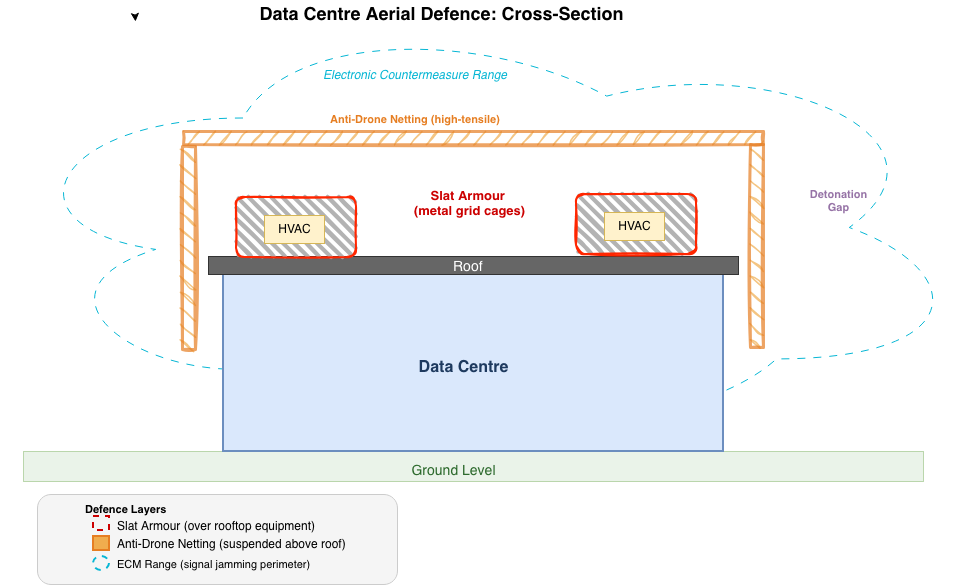
Above: assets/images/20260513/datacenter.png in r2rajan/r2rajan.github.io (draw.io), before the change. Source tidied: cells renumbered, new cells last; positions are measured from the earlier drawing's top-left corner, leaving out a move shared by most shapes. The source it was exported from:
```xml
<mxGraphModel>
  <root>
    <mxCell id="0" />
    <mxCell id="1" parent="0" />
    <mxCell id="2" style="ellipse;shape=cloud;whiteSpace=wrap;html=1;strokeColor=#06B6D4;dashed=1;dashPattern=8 8;" parent="1" vertex="1">
      <mxGeometry y="8" width="970" height="438" as="geometry" />
    </mxCell>
    <mxCell id="3" value="Data Centre Aerial Defence: Cross-Section" style="text;html=1;fontSize=18;fontStyle=1;align=center;verticalAlign=middle;" parent="1" vertex="1">
      <mxGeometry x="191" width="500" height="30" as="geometry" />
    </mxCell>
    <mxCell id="4" value="Electronic Countermeasure Range" style="text;html=1;fontSize=12;fontColor=#06b6d4;fontStyle=2;align=left;" parent="1" vertex="1">
      <mxGeometry x="321" y="61" width="250" height="20" as="geometry" />
    </mxCell>
    <mxCell id="5" style="rounded=0;fillColor=#d5e8d4;strokeColor=#82b366;opacity=50;" parent="1" vertex="1">
      <mxGeometry x="23" y="451" width="900" height="30" as="geometry" />
    </mxCell>
    <mxCell id="6" value="Ground Level" style="text;html=1;fontSize=14;fontColor=#2d6a2d;align=center;" parent="1" vertex="1">
      <mxGeometry x="403" y="456" width="100" height="20" as="geometry" />
    </mxCell>
    <mxCell id="7" style="rounded=0;fillColor=#dae8fc;strokeColor=#6c8ebf;strokeWidth=2;arcSize=5;" parent="1" vertex="1">
      <mxGeometry x="223" y="271" width="500" height="180" as="geometry" />
    </mxCell>
    <mxCell id="8" value="Data Centre" style="text;html=1;fontSize=16;fontStyle=1;fontColor=#1e3a5f;align=center;" parent="1" vertex="1">
      <mxGeometry x="403" y="351" width="120" height="24" as="geometry" />
    </mxCell>
    <mxCell id="9" style="rounded=0;fillColor=#666666;strokeColor=#333333;strokeWidth=1;" parent="1" vertex="1">
      <mxGeometry x="208" y="256" width="530" height="18" as="geometry" />
    </mxCell>
    <mxCell id="10" value="Roof" style="text;html=1;fontSize=14;fontColor=#FFFFFF;align=left;" parent="1" vertex="1">
      <mxGeometry x="451" y="252" width="30" height="16" as="geometry" />
    </mxCell>
    <mxCell id="11" value="&lt;div&gt;Slat Armour&amp;nbsp;&lt;/div&gt;&lt;div&gt;(metal grid cages)&lt;/div&gt;" style="text;html=1;fontSize=13;fontColor=#cc0000;fontStyle=1;align=center;" parent="1" vertex="1">
      <mxGeometry x="403" y="181" width="132" height="16" as="geometry" />
    </mxCell>
    <mxCell id="12" style="rounded=0;fillColor=#f0ad4e;strokeColor=#e67e22;strokeWidth=3;opacity=70;sketch=1;curveFitting=1;jiggle=2;" parent="1" vertex="1">
      <mxGeometry x="183" y="131" width="580" height="13" as="geometry" />
    </mxCell>
    <mxCell id="13" value="Anti-Drone Netting (high-tensile)" style="text;html=1;fontSize=11;fontColor=#e67e22;fontStyle=1;align=left;" parent="1" vertex="1">
      <mxGeometry x="328" y="106" width="240" height="18" as="geometry" />
    </mxCell>
    <mxCell id="14" style="shape=flexArrow;fillColor=#9673a6;strokeColor=#9673a6;startWidth=4;endWidth=4;startSize=4;endSize=4;html=1;" parent="1" vertex="1">
      <mxGeometry x="783" y="139" width="10" height="115" as="geometry" />
    </mxCell>
    <mxCell id="15" value="Detonation&#10;Gap" style="text;html=1;fontSize=11;fontColor=#9673a6;fontStyle=1;align=center;" parent="1" vertex="1">
      <mxGeometry x="798" y="181" width="80" height="30" as="geometry" />
    </mxCell>
    <mxCell id="16" style="rounded=1;fillColor=#f5f5f5;strokeColor=#cccccc;strokeWidth=1;fontSize=13;" parent="1" vertex="1">
      <mxGeometry x="37" y="494" width="360" height="90" as="geometry" />
    </mxCell>
    <mxCell id="17" value="Defence Layers" style="text;html=1;fontSize=11;fontStyle=1;align=left;" parent="1" vertex="1">
      <mxGeometry x="83" y="496" width="120" height="16" as="geometry" />
    </mxCell>
    <mxCell id="18" style="rounded=0;fillColor=none;strokeColor=#cc0000;strokeWidth=2;dashed=1;" parent="1" vertex="1">
      <mxGeometry x="93" y="516" width="16" height="14" as="geometry" />
    </mxCell>
    <mxCell id="19" value="Slat Armour (over rooftop equipment)" style="text;html=1;fontSize=12;align=left;" parent="1" vertex="1">
      <mxGeometry x="115" y="512" width="250" height="14" as="geometry" />
    </mxCell>
    <mxCell id="20" style="rounded=0;fillColor=#f0ad4e;strokeColor=#e67e22;strokeWidth=2;" parent="1" vertex="1">
      <mxGeometry x="93" y="536" width="16" height="14" as="geometry" />
    </mxCell>
    <mxCell id="21" value="Anti-Drone Netting (suspended above roof)" style="text;html=1;fontSize=12;align=left;" parent="1" vertex="1">
      <mxGeometry x="115" y="530" width="280" height="14" as="geometry" />
    </mxCell>
    <mxCell id="22" style="ellipse;fillColor=none;strokeColor=#06b6d4;strokeWidth=2;dashed=1;" parent="1" vertex="1">
      <mxGeometry x="93" y="556" width="16" height="14" as="geometry" />
    </mxCell>
    <mxCell id="23" value="ECM Range (signal jamming perimeter)" style="text;html=1;fontSize=11;align=left;" parent="1" vertex="1">
      <mxGeometry x="115" y="551" width="260" height="14" as="geometry" />
    </mxCell>
    <mxCell id="24" style="edgeStyle=orthogonalEdgeStyle;rounded=0;orthogonalLoop=1;jettySize=auto;html=1;exitX=1;exitY=0;exitDx=0;exitDy=0;entryX=0.76;entryY=0.425;entryDx=0;entryDy=0;entryPerimeter=0;" parent="1" edge="1">
      <mxGeometry relative="1" as="geometry">
        <mxPoint x="134.5" y="14" as="sourcePoint" />
        <mxPoint x="135" y="21" as="targetPoint" />
      </mxGeometry>
    </mxCell>
    <mxCell id="25" style="group;" parent="1" vertex="1">
      <mxGeometry x="236" y="197" width="120" height="60" as="geometry" />
    </mxCell>
    <mxCell id="26" style="rounded=1;whiteSpace=wrap;html=1;strokeWidth=2;fillWeight=4;hachureGap=8;hachureAngle=45;fillColor=#B3B3B3;sketch=1;strokeColor=light-dark(#ff2600, #ededed);" parent="25" vertex="1">
      <mxGeometry width="120" height="60" as="geometry" />
    </mxCell>
    <mxCell id="27" value="HVAC" style="rounded=0;fillColor=#fff2cc;strokeColor=#d6b656;strokeWidth=1;fontSize=12;verticalAlign=middle;html=1;" parent="25" vertex="1">
      <mxGeometry x="28" y="18" width="60" height="28" as="geometry" />
    </mxCell>
    <mxCell id="28" style="group;" parent="1" vertex="1">
      <mxGeometry x="576" y="194" width="120" height="60" as="geometry" />
    </mxCell>
    <mxCell id="29" style="rounded=1;whiteSpace=wrap;html=1;strokeWidth=2;fillWeight=4;hachureGap=8;hachureAngle=45;fillColor=#B3B3B3;sketch=1;strokeColor=light-dark(#ff2600, #ededed);" parent="28" vertex="1">
      <mxGeometry width="120" height="60" as="geometry" />
    </mxCell>
    <mxCell id="30" value="HVAC" style="rounded=0;fillColor=#fff2cc;strokeColor=#d6b656;strokeWidth=1;fontSize=12;verticalAlign=middle;html=1;" parent="28" vertex="1">
      <mxGeometry x="28" y="18" width="60" height="28" as="geometry" />
    </mxCell>
    <mxCell id="31" style="rounded=0;fillColor=#f0ad4e;strokeColor=#e67e22;strokeWidth=3;opacity=70;rotation=90;sketch=1;curveFitting=1;jiggle=2;" parent="1" vertex="1">
      <mxGeometry x="87" y="241" width="203" height="13" as="geometry" />
    </mxCell>
    <mxCell id="32" style="rounded=0;fillColor=#f0ad4e;strokeColor=#e67e22;strokeWidth=3;opacity=70;rotation=90;sketch=1;curveFitting=1;jiggle=2;" parent="1" vertex="1">
      <mxGeometry x="655" y="239" width="203" height="13" as="geometry" />
    </mxCell>
  </root>
</mxGraphModel>
```
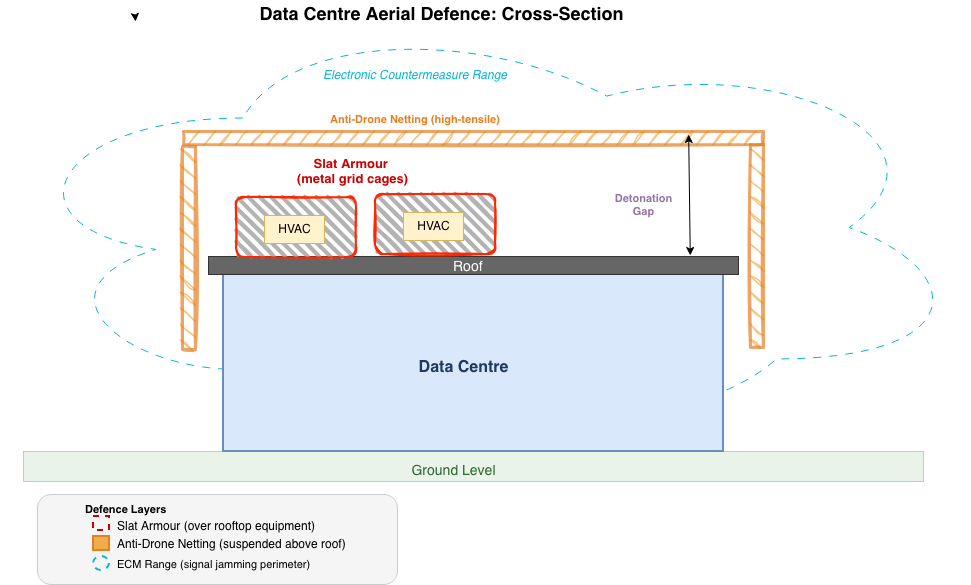
Later version of the same file.

Change to the diagram source:
```diff
@@ -30,7 +30,7 @@
       <mxGeometry x="451" y="252" width="30" height="16" as="geometry" />
     </mxCell>
     <mxCell id="11" value="&lt;div&gt;Slat Armour&amp;nbsp;&lt;/div&gt;&lt;div&gt;(metal grid cages)&lt;/div&gt;" style="text;html=1;fontSize=13;fontColor=#cc0000;fontStyle=1;align=center;" parent="1" vertex="1">
-      <mxGeometry x="403" y="181" width="132" height="16" as="geometry" />
+      <mxGeometry x="286" y="149" width="132" height="16" as="geometry" />
     </mxCell>
     <mxCell id="12" style="rounded=0;fillColor=#f0ad4e;strokeColor=#e67e22;strokeWidth=3;opacity=70;sketch=1;curveFitting=1;jiggle=2;" parent="1" vertex="1">
       <mxGeometry x="183" y="131" width="580" height="13" as="geometry" />
@@ -42,7 +42,7 @@
       <mxGeometry x="783" y="139" width="10" height="115" as="geometry" />
     </mxCell>
     <mxCell id="15" value="Detonation&#10;Gap" style="text;html=1;fontSize=11;fontColor=#9673a6;fontStyle=1;align=center;" parent="1" vertex="1">
-      <mxGeometry x="798" y="181" width="80" height="30" as="geometry" />
+      <mxGeometry x="603" y="185" width="80" height="30" as="geometry" />
     </mxCell>
     <mxCell id="16" style="rounded=1;fillColor=#f5f5f5;strokeColor=#cccccc;strokeWidth=1;fontSize=13;" parent="1" vertex="1">
       <mxGeometry x="37" y="494" width="360" height="90" as="geometry" />
@@ -84,7 +84,7 @@
       <mxGeometry x="28" y="18" width="60" height="28" as="geometry" />
     </mxCell>
     <mxCell id="28" style="group;" parent="1" vertex="1">
-      <mxGeometry x="576" y="194" width="120" height="60" as="geometry" />
+      <mxGeometry x="375" y="194" width="120" height="60" as="geometry" />
     </mxCell>
     <mxCell id="29" style="rounded=1;whiteSpace=wrap;html=1;strokeWidth=2;fillWeight=4;hachureGap=8;hachureAngle=45;fillColor=#B3B3B3;sketch=1;strokeColor=light-dark(#ff2600, #ededed);" parent="28" vertex="1">
       <mxGeometry width="120" height="60" as="geometry" />
@@ -98,5 +98,8 @@
     <mxCell id="32" style="rounded=0;fillColor=#f0ad4e;strokeColor=#e67e22;strokeWidth=3;opacity=70;rotation=90;sketch=1;curveFitting=1;jiggle=2;" parent="1" vertex="1">
       <mxGeometry x="655" y="239" width="203" height="13" as="geometry" />
     </mxCell>
+    <mxCell id="33" style="endArrow=classic;startArrow=classic;html=1;rounded=0;exitX=0.909;exitY=-0.056;exitDx=0;exitDy=0;exitPerimeter=0;entryX=0.871;entryY=0.231;entryDx=0;entryDy=0;entryPerimeter=0;" parent="1" edge="1" source="9" target="12">
+      <mxGeometry relative="1" as="geometry" />
+    </mxCell>
   </root>
 </mxGraphModel>
```
